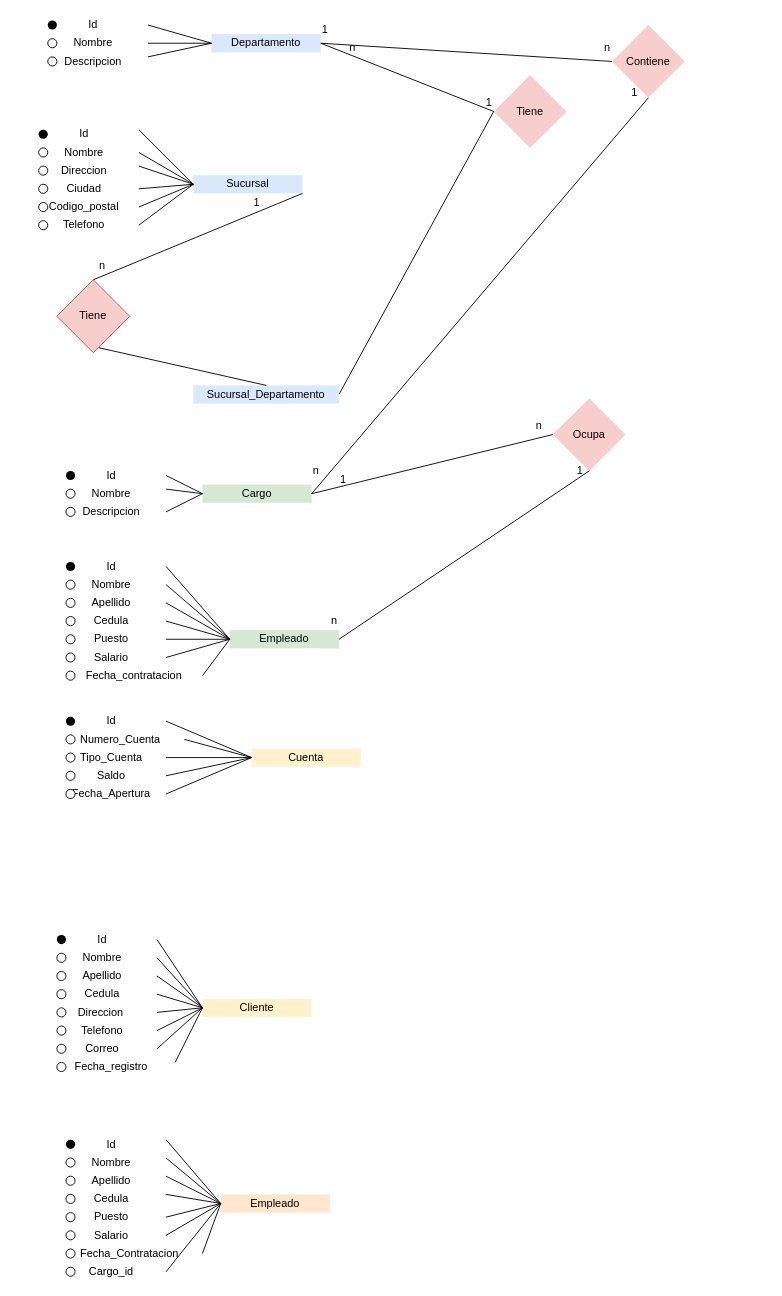
Earlier version of the draw.io diagram Diagrama sin título.drawio (Nico1091/Bases-de-datos). Source tidied: cells renumbered, new cells numbered last; positions are measured from the earlier drawing's top-left corner, leaving out a move shared by most shapes. Both pictures are drawn from the tidied source at 91%, with x=0, y=0 at pixel (29, 15).
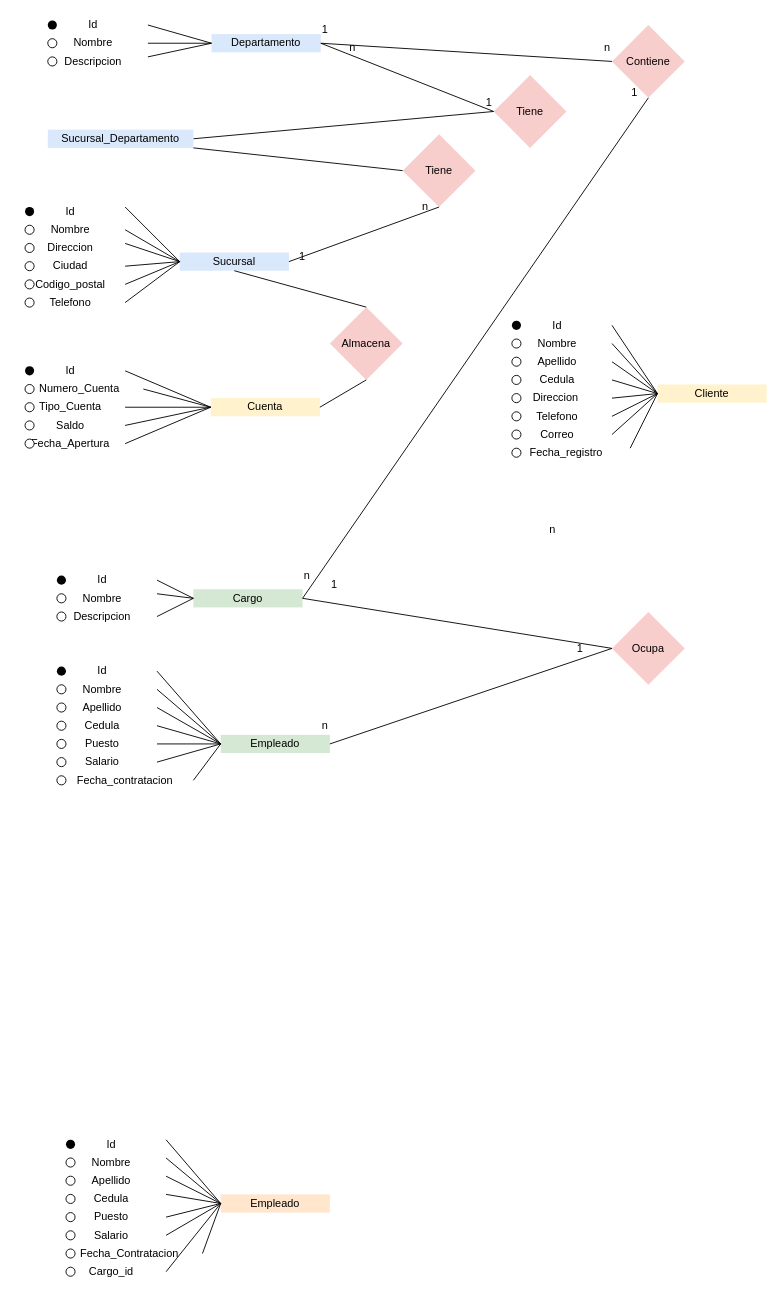
The same page after the edit.

Diff of the diagram source:
```diff
@@
     <mxCell id="2" value="Nombre" style="rounded=0;whiteSpace=wrap;html=1;strokeColor=none;fillColor=none;" parent="1" vertex="1">
-      <mxGeometry y="140" width="120" height="20" as="geometry" />
+      <mxGeometry x="-15" y="225" width="120" height="20" as="geometry" />
     </mxCell>
     <mxCell id="3" value="Id" style="rounded=0;whiteSpace=wrap;html=1;strokeColor=none;fillColor=none;" parent="1" vertex="1">
-      <mxGeometry y="120" width="120" height="20" as="geometry" />
+      <mxGeometry x="-15" y="205" width="120" height="20" as="geometry" />
     </mxCell>
     <mxCell id="4" value="Direccion" style="rounded=0;whiteSpace=wrap;html=1;strokeColor=none;fillColor=none;" parent="1" vertex="1">
-      <mxGeometry y="160" width="120" height="20" as="geometry" />
+      <mxGeometry x="-15" y="245" width="120" height="20" as="geometry" />
     </mxCell>
     <mxCell id="5" value="Ciudad" style="rounded=0;whiteSpace=wrap;html=1;strokeColor=none;fillColor=none;" parent="1" vertex="1">
-      <mxGeometry y="180" width="120" height="20" as="geometry" />
+      <mxGeometry x="-15" y="265" width="120" height="20" as="geometry" />
     </mxCell>
     <mxCell id="6" value="Codigo_postal" style="rounded=0;whiteSpace=wrap;html=1;strokeColor=none;fillColor=none;" parent="1" vertex="1">
-      <mxGeometry y="200" width="120" height="20" as="geometry" />
+      <mxGeometry x="-15" y="285" width="120" height="20" as="geometry" />
     </mxCell>
     <mxCell id="7" value="Telefono" style="rounded=0;whiteSpace=wrap;html=1;strokeColor=none;fillColor=none;" parent="1" vertex="1">
-      <mxGeometry y="220" width="120" height="20" as="geometry" />
+      <mxGeometry x="-15" y="305" width="120" height="20" as="geometry" />
     </mxCell>
     <mxCell id="8" value="Sucursal" style="rounded=0;whiteSpace=wrap;html=1;strokeColor=none;fillColor=#dae8fc;" parent="1" vertex="1">
-      <mxGeometry x="180" y="175" width="120" height="20" as="geometry" />
+      <mxGeometry x="165" y="260" width="120" height="20" as="geometry" />
     </mxCell>
     <mxCell id="9" style="ellipse;whiteSpace=wrap;html=1;fillColor=#000000;strokeColor=none;" parent="1" vertex="1">
-      <mxGeometry x="10" y="125" width="10" height="10" as="geometry" />
+      <mxGeometry x="-5" y="210" width="10" height="10" as="geometry" />
     </mxCell>
     <mxCell id="10" style="ellipse;whiteSpace=wrap;html=1;" parent="1" vertex="1">
-      <mxGeometry x="10" y="145" width="10" height="10" as="geometry" />
+      <mxGeometry x="-5" y="230" width="10" height="10" as="geometry" />
     </mxCell>
     <mxCell id="11" style="ellipse;whiteSpace=wrap;html=1;" parent="1" vertex="1">
-      <mxGeometry x="10" y="165" width="10" height="10" as="geometry" />
+      <mxGeometry x="-5" y="250" width="10" height="10" as="geometry" />
     </mxCell>
     <mxCell id="12" style="ellipse;whiteSpace=wrap;html=1;" parent="1" vertex="1">
-      <mxGeometry x="10" y="185" width="10" height="10" as="geometry" />
+      <mxGeometry x="-5" y="270" width="10" height="10" as="geometry" />
     </mxCell>
     <mxCell id="13" style="ellipse;whiteSpace=wrap;html=1;" parent="1" vertex="1">
-      <mxGeometry x="10" y="205" width="10" height="10" as="geometry" />
+      <mxGeometry x="-5" y="290" width="10" height="10" as="geometry" />
     </mxCell>
     <mxCell id="14" style="ellipse;whiteSpace=wrap;html=1;" parent="1" vertex="1">
-      <mxGeometry x="10" y="225" width="10" height="10" as="geometry" />
+      <mxGeometry x="-5" y="310" width="10" height="10" as="geometry" />
     </mxCell>
@@
     <mxCell id="31" value="Nombre" style="rounded=0;whiteSpace=wrap;html=1;strokeColor=none;fillColor=none;" parent="1" vertex="1">
-      <mxGeometry x="30" y="515" width="120" height="20" as="geometry" />
+      <mxGeometry x="20" y="630" width="120" height="20" as="geometry" />
     </mxCell>
     <mxCell id="32" value="Id" style="rounded=0;whiteSpace=wrap;html=1;strokeColor=none;fillColor=none;" parent="1" vertex="1">
-      <mxGeometry x="30" y="495" width="120" height="20" as="geometry" />
+      <mxGeometry x="20" y="610" width="120" height="20" as="geometry" />
     </mxCell>
     <mxCell id="33" value="Descripcion" style="rounded=0;whiteSpace=wrap;html=1;strokeColor=none;fillColor=none;" parent="1" vertex="1">
-      <mxGeometry x="30" y="535" width="120" height="20" as="geometry" />
+      <mxGeometry x="20" y="650" width="120" height="20" as="geometry" />
     </mxCell>
     <mxCell id="34" style="ellipse;whiteSpace=wrap;html=1;fillColor=#030303;strokeColor=none;" parent="1" vertex="1">
-      <mxGeometry x="40" y="500" width="10" height="10" as="geometry" />
+      <mxGeometry x="30" y="615" width="10" height="10" as="geometry" />
     </mxCell>
     <mxCell id="35" style="ellipse;whiteSpace=wrap;html=1;" parent="1" vertex="1">
-      <mxGeometry x="40" y="520" width="10" height="10" as="geometry" />
+      <mxGeometry x="30" y="635" width="10" height="10" as="geometry" />
     </mxCell>
     <mxCell id="36" style="ellipse;whiteSpace=wrap;html=1;" parent="1" vertex="1">
-      <mxGeometry x="40" y="540" width="10" height="10" as="geometry" />
+      <mxGeometry x="30" y="655" width="10" height="10" as="geometry" />
     </mxCell>
     <mxCell id="37" value="Cargo" style="rounded=0;whiteSpace=wrap;html=1;strokeColor=none;fillColor=#d5e8d4;" parent="1" vertex="1">
-      <mxGeometry x="190" y="515" width="120" height="20" as="geometry" />
+      <mxGeometry x="180" y="630" width="120" height="20" as="geometry" />
     </mxCell>
@@
     <mxCell id="41" value="Id" style="rounded=0;whiteSpace=wrap;html=1;strokeColor=none;fillColor=none;" parent="1" vertex="1">
-      <mxGeometry x="30" y="595" width="120" height="20" as="geometry" />
+      <mxGeometry x="20" y="710" width="120" height="20" as="geometry" />
     </mxCell>
     <mxCell id="42" style="ellipse;whiteSpace=wrap;html=1;fillColor=#030303;strokeColor=none;" parent="1" vertex="1">
-      <mxGeometry x="40" y="600" width="10" height="10" as="geometry" />
+      <mxGeometry x="30" y="715" width="10" height="10" as="geometry" />
     </mxCell>
     <mxCell id="43" value="Nombre" style="rounded=0;whiteSpace=wrap;html=1;strokeColor=none;fillColor=none;" parent="1" vertex="1">
-      <mxGeometry x="30" y="615" width="120" height="20" as="geometry" />
+      <mxGeometry x="20" y="730" width="120" height="20" as="geometry" />
     </mxCell>
     <mxCell id="44" value="Apellido" style="rounded=0;whiteSpace=wrap;html=1;strokeColor=none;fillColor=none;" parent="1" vertex="1">
-      <mxGeometry x="30" y="635" width="120" height="20" as="geometry" />
+      <mxGeometry x="20" y="750" width="120" height="20" as="geometry" />
     </mxCell>
     <mxCell id="45" value="Cedula" style="rounded=0;whiteSpace=wrap;html=1;strokeColor=none;fillColor=none;" parent="1" vertex="1">
-      <mxGeometry x="30" y="655" width="120" height="20" as="geometry" />
+      <mxGeometry x="20" y="770" width="120" height="20" as="geometry" />
     </mxCell>
     <mxCell id="46" value="Puesto" style="rounded=0;whiteSpace=wrap;html=1;strokeColor=none;fillColor=none;" parent="1" vertex="1">
-      <mxGeometry x="30" y="675" width="120" height="20" as="geometry" />
+      <mxGeometry x="20" y="790" width="120" height="20" as="geometry" />
     </mxCell>
     <mxCell id="47" value="Salario" style="rounded=0;whiteSpace=wrap;html=1;strokeColor=none;fillColor=none;" parent="1" vertex="1">
-      <mxGeometry x="30" y="695" width="120" height="20" as="geometry" />
+      <mxGeometry x="20" y="810" width="120" height="20" as="geometry" />
     </mxCell>
     <mxCell id="48" value="&amp;nbsp; &amp;nbsp;Fecha_contratacion" style="rounded=0;whiteSpace=wrap;html=1;strokeColor=none;fillColor=none;" parent="1" vertex="1">
-      <mxGeometry x="30" y="715" width="160" height="20" as="geometry" />
+      <mxGeometry x="20" y="830" width="160" height="20" as="geometry" />
     </mxCell>
     <mxCell id="49" value="Empleado" style="rounded=0;whiteSpace=wrap;html=1;strokeColor=none;fillColor=#d5e8d4;" parent="1" vertex="1">
-      <mxGeometry x="220" y="675" width="120" height="20" as="geometry" />
+      <mxGeometry x="210" y="790" width="120" height="20" as="geometry" />
     </mxCell>
@@
     <mxCell id="57" value="Id" style="rounded=0;whiteSpace=wrap;html=1;strokeColor=none;fillColor=none;" parent="1" vertex="1">
-      <mxGeometry x="20" y="1005" width="120" height="20" as="geometry" />
+      <mxGeometry x="520" y="330" width="120" height="20" as="geometry" />
     </mxCell>
     <mxCell id="58" style="ellipse;whiteSpace=wrap;html=1;fillColor=#030303;strokeColor=none;" parent="1" vertex="1">
-      <mxGeometry x="30" y="1010" width="10" height="10" as="geometry" />
+      <mxGeometry x="530" y="335" width="10" height="10" as="geometry" />
     </mxCell>
     <mxCell id="59" value="Nombre" style="rounded=0;whiteSpace=wrap;html=1;strokeColor=none;fillColor=none;" parent="1" vertex="1">
-      <mxGeometry x="20" y="1025" width="120" height="20" as="geometry" />
+      <mxGeometry x="520" y="350" width="120" height="20" as="geometry" />
     </mxCell>
     <mxCell id="60" value="Apellido" style="rounded=0;whiteSpace=wrap;html=1;strokeColor=none;fillColor=none;" parent="1" vertex="1">
-      <mxGeometry x="20" y="1045" width="120" height="20" as="geometry" />
+      <mxGeometry x="520" y="370" width="120" height="20" as="geometry" />
     </mxCell>
     <mxCell id="61" value="Cedula" style="rounded=0;whiteSpace=wrap;html=1;strokeColor=none;fillColor=none;" parent="1" vertex="1">
-      <mxGeometry x="20" y="1065" width="120" height="20" as="geometry" />
+      <mxGeometry x="520" y="390" width="120" height="20" as="geometry" />
     </mxCell>
     <mxCell id="62" value="Direccion&amp;nbsp;" style="rounded=0;whiteSpace=wrap;html=1;strokeColor=none;fillColor=none;" parent="1" vertex="1">
-      <mxGeometry x="20" y="1085" width="120" height="20" as="geometry" />
+      <mxGeometry x="520" y="410" width="120" height="20" as="geometry" />
     </mxCell>
     <mxCell id="63" value="Telefono" style="rounded=0;whiteSpace=wrap;html=1;strokeColor=none;fillColor=none;" parent="1" vertex="1">
-      <mxGeometry x="20" y="1105" width="120" height="20" as="geometry" />
+      <mxGeometry x="520" y="430" width="120" height="20" as="geometry" />
     </mxCell>
     <mxCell id="64" value="Correo" style="rounded=0;whiteSpace=wrap;html=1;strokeColor=none;fillColor=none;" parent="1" vertex="1">
-      <mxGeometry x="20" y="1125" width="120" height="20" as="geometry" />
+      <mxGeometry x="520" y="450" width="120" height="20" as="geometry" />
     </mxCell>
     <mxCell id="65" value="Fecha_registro" style="rounded=0;whiteSpace=wrap;html=1;strokeColor=none;fillColor=none;" parent="1" vertex="1">
-      <mxGeometry x="20" y="1145" width="140" height="20" as="geometry" />
+      <mxGeometry x="520" y="470" width="140" height="20" as="geometry" />
     </mxCell>
     <mxCell id="66" value="Cliente" style="rounded=0;whiteSpace=wrap;html=1;strokeColor=none;fillColor=#fff2cc;" parent="1" vertex="1">
-      <mxGeometry x="190" y="1080" width="120" height="20" as="geometry" />
+      <mxGeometry x="690" y="405" width="120" height="20" as="geometry" />
     </mxCell>
@@
     <mxCell id="75" value="Id" style="rounded=0;whiteSpace=wrap;html=1;strokeColor=none;fillColor=none;" parent="1" vertex="1">
-      <mxGeometry x="30" y="765" width="120" height="20" as="geometry" />
+      <mxGeometry x="-15" y="380" width="120" height="20" as="geometry" />
     </mxCell>
     <mxCell id="76" style="ellipse;whiteSpace=wrap;html=1;fillColor=#030303;strokeColor=none;" parent="1" vertex="1">
-      <mxGeometry x="40" y="770" width="10" height="10" as="geometry" />
+      <mxGeometry x="-5" y="385" width="10" height="10" as="geometry" />
     </mxCell>
     <mxCell id="77" value="Numero_Cuenta" style="rounded=0;whiteSpace=wrap;html=1;strokeColor=none;fillColor=none;" parent="1" vertex="1">
-      <mxGeometry x="30" y="785" width="140" height="20" as="geometry" />
+      <mxGeometry x="-15" y="400" width="140" height="20" as="geometry" />
     </mxCell>
     <mxCell id="78" value="Tipo_Cuenta" style="rounded=0;whiteSpace=wrap;html=1;strokeColor=none;fillColor=none;" parent="1" vertex="1">
-      <mxGeometry x="30" y="805" width="120" height="20" as="geometry" />
+      <mxGeometry x="-15" y="420" width="120" height="20" as="geometry" />
     </mxCell>
     <mxCell id="79" value="Saldo" style="rounded=0;whiteSpace=wrap;html=1;strokeColor=none;fillColor=none;" parent="1" vertex="1">
-      <mxGeometry x="30" y="825" width="120" height="20" as="geometry" />
+      <mxGeometry x="-15" y="440" width="120" height="20" as="geometry" />
     </mxCell>
     <mxCell id="80" value="Fecha_Apertura" style="rounded=0;whiteSpace=wrap;html=1;strokeColor=none;fillColor=none;" parent="1" vertex="1">
-      <mxGeometry x="30" y="845" width="120" height="20" as="geometry" />
+      <mxGeometry x="-15" y="460" width="120" height="20" as="geometry" />
     </mxCell>
     <mxCell id="81" value="Cuenta" style="rounded=0;whiteSpace=wrap;html=1;strokeColor=none;fillColor=#fff2cc;" parent="1" vertex="1">
-      <mxGeometry x="244" y="805" width="120" height="20" as="geometry" />
+      <mxGeometry x="199" y="420" width="120" height="20" as="geometry" />
     </mxCell>
@@
     <mxCell id="89" value="1" style="rounded=0;whiteSpace=wrap;html=1;strokeColor=none;fillColor=none;" parent="1" vertex="1">
-      <mxGeometry x="245" y="200" width="10" height="10" as="geometry" />
+      <mxGeometry x="295" y="260" width="10" height="10" as="geometry" />
     </mxCell>
     <mxCell id="90" value="n" style="rounded=0;whiteSpace=wrap;html=1;strokeColor=none;fillColor=none;" parent="1" vertex="1">
-      <mxGeometry x="330" y="660" width="10" height="10" as="geometry" />
+      <mxGeometry x="320" y="775" width="10" height="10" as="geometry" />
     </mxCell>
     <mxCell id="91" value="n" style="rounded=0;whiteSpace=wrap;html=1;strokeColor=none;fillColor=none;" parent="1" vertex="1">
-      <mxGeometry x="75" y="270" width="10" height="10" as="geometry" />
+      <mxGeometry x="430" y="205" width="10" height="10" as="geometry" />
     </mxCell>
@@
     <mxCell id="97" value="Ocupa" style="rhombus;whiteSpace=wrap;html=1;fillColor=#f8cecc;strokeColor=none;" parent="1" vertex="1">
-      <mxGeometry x="575" y="420" width="80" height="80" as="geometry" />
+      <mxGeometry x="640" y="655" width="80" height="80" as="geometry" />
     </mxCell>
@@
-    <mxCell id="99" style="endArrow=none;html=1;rounded=0;entryX=0.5;entryY=1;entryDx=0;entryDy=0;exitX=1;exitY=0.5;exitDx=0;exitDy=0;" parent="1" edge="1" source="49" target="97">
+    <mxCell id="99" style="endArrow=none;html=1;rounded=0;entryX=0;entryY=0.5;entryDx=0;entryDy=0;exitX=1;exitY=0.5;exitDx=0;exitDy=0;" parent="1" edge="1" source="49" target="97">
       <mxGeometry relative="1" as="geometry" />
     </mxCell>
     <mxCell id="100" value="n" style="rounded=0;whiteSpace=wrap;html=1;strokeColor=none;fillColor=none;" parent="1" vertex="1">
-      <mxGeometry x="310" y="495" width="10" height="10" as="geometry" />
+      <mxGeometry x="300" y="610" width="10" height="10" as="geometry" />
     </mxCell>
     <mxCell id="101" value="n" style="rounded=0;whiteSpace=wrap;html=1;strokeColor=none;fillColor=none;" parent="1" vertex="1">
-      <mxGeometry x="555" y="445" width="10" height="10" as="geometry" />
+      <mxGeometry x="570" y="560" width="10" height="10" as="geometry" />
     </mxCell>
     <mxCell id="102" value="1" style="rounded=0;whiteSpace=wrap;html=1;strokeColor=none;fillColor=none;" parent="1" vertex="1">
-      <mxGeometry x="600" y="495" width="10" height="10" as="geometry" />
+      <mxGeometry x="600" y="690" width="10" height="10" as="geometry" />
     </mxCell>
     <mxCell id="103" style="ellipse;whiteSpace=wrap;html=1;" parent="1" vertex="1">
-      <mxGeometry x="30" y="1030" width="10" height="10" as="geometry" />
+      <mxGeometry x="530" y="355" width="10" height="10" as="geometry" />
     </mxCell>
     <mxCell id="104" style="ellipse;whiteSpace=wrap;html=1;" parent="1" vertex="1">
-      <mxGeometry x="30" y="1050" width="10" height="10" as="geometry" />
+      <mxGeometry x="530" y="375" width="10" height="10" as="geometry" />
     </mxCell>
@@
     <mxCell id="109" value="1" style="rounded=0;whiteSpace=wrap;html=1;strokeColor=none;fillColor=none;" parent="1" vertex="1">
-      <mxGeometry x="340" y="505" width="10" height="10" as="geometry" />
+      <mxGeometry x="330" y="620" width="10" height="10" as="geometry" />
     </mxCell>
     <mxCell id="110" style="ellipse;whiteSpace=wrap;html=1;" parent="1" vertex="1">
-      <mxGeometry x="40" y="620" width="10" height="10" as="geometry" />
+      <mxGeometry x="30" y="735" width="10" height="10" as="geometry" />
     </mxCell>
     <mxCell id="111" style="ellipse;whiteSpace=wrap;html=1;" parent="1" vertex="1">
-      <mxGeometry x="40" y="640" width="10" height="10" as="geometry" />
+      <mxGeometry x="30" y="755" width="10" height="10" as="geometry" />
     </mxCell>
     <mxCell id="112" style="ellipse;whiteSpace=wrap;html=1;" parent="1" vertex="1">
-      <mxGeometry x="40" y="660" width="10" height="10" as="geometry" />
+      <mxGeometry x="30" y="775" width="10" height="10" as="geometry" />
     </mxCell>
     <mxCell id="113" style="ellipse;whiteSpace=wrap;html=1;" parent="1" vertex="1">
-      <mxGeometry x="40" y="680" width="10" height="10" as="geometry" />
+      <mxGeometry x="30" y="795" width="10" height="10" as="geometry" />
     </mxCell>
     <mxCell id="114" style="ellipse;whiteSpace=wrap;html=1;" parent="1" vertex="1">
-      <mxGeometry x="40" y="700" width="10" height="10" as="geometry" />
+      <mxGeometry x="30" y="815" width="10" height="10" as="geometry" />
     </mxCell>
     <mxCell id="115" style="ellipse;whiteSpace=wrap;html=1;" parent="1" vertex="1">
-      <mxGeometry x="40" y="720" width="10" height="10" as="geometry" />
+      <mxGeometry x="30" y="835" width="10" height="10" as="geometry" />
     </mxCell>
     <mxCell id="116" style="ellipse;whiteSpace=wrap;html=1;" parent="1" vertex="1">
-      <mxGeometry x="30" y="1070" width="10" height="10" as="geometry" />
+      <mxGeometry x="530" y="395" width="10" height="10" as="geometry" />
     </mxCell>
     <mxCell id="117" style="ellipse;whiteSpace=wrap;html=1;" parent="1" vertex="1">
-      <mxGeometry x="30" y="1090" width="10" height="10" as="geometry" />
+      <mxGeometry x="530" y="415" width="10" height="10" as="geometry" />
     </mxCell>
     <mxCell id="118" style="ellipse;whiteSpace=wrap;html=1;" parent="1" vertex="1">
-      <mxGeometry x="30" y="1110" width="10" height="10" as="geometry" />
+      <mxGeometry x="530" y="435" width="10" height="10" as="geometry" />
     </mxCell>
     <mxCell id="119" style="ellipse;whiteSpace=wrap;html=1;" parent="1" vertex="1">
-      <mxGeometry x="30" y="1130" width="10" height="10" as="geometry" />
+      <mxGeometry x="530" y="455" width="10" height="10" as="geometry" />
     </mxCell>
     <mxCell id="120" style="ellipse;whiteSpace=wrap;html=1;" parent="1" vertex="1">
-      <mxGeometry x="30" y="1150" width="10" height="10" as="geometry" />
+      <mxGeometry x="530" y="475" width="10" height="10" as="geometry" />
     </mxCell>
     <mxCell id="121" style="ellipse;whiteSpace=wrap;html=1;" parent="1" vertex="1">
-      <mxGeometry x="40" y="790" width="10" height="10" as="geometry" />
+      <mxGeometry x="-5" y="405" width="10" height="10" as="geometry" />
     </mxCell>
     <mxCell id="122" style="ellipse;whiteSpace=wrap;html=1;" parent="1" vertex="1">
-      <mxGeometry x="40" y="810" width="10" height="10" as="geometry" />
+      <mxGeometry x="-5" y="425" width="10" height="10" as="geometry" />
     </mxCell>
     <mxCell id="123" style="ellipse;whiteSpace=wrap;html=1;" parent="1" vertex="1">
-      <mxGeometry x="40" y="830" width="10" height="10" as="geometry" />
+      <mxGeometry x="-5" y="445" width="10" height="10" as="geometry" />
     </mxCell>
     <mxCell id="124" style="ellipse;whiteSpace=wrap;html=1;" parent="1" vertex="1">
-      <mxGeometry x="40" y="850" width="10" height="10" as="geometry" />
+      <mxGeometry x="-5" y="465" width="10" height="10" as="geometry" />
     </mxCell>
     <mxCell id="125" value="Sucursal_Departamento" style="rounded=0;whiteSpace=wrap;html=1;strokeColor=none;fillColor=#dae8fc;" parent="1" vertex="1">
-      <mxGeometry x="180" y="406" width="160" height="20" as="geometry" />
+      <mxGeometry x="20" y="125" width="160" height="20" as="geometry" />
     </mxCell>
-    <mxCell id="126" style="endArrow=none;html=1;rounded=0;exitX=0.5;exitY=0;exitDx=0;exitDy=0;entryX=0.533;entryY=0.923;entryDx=0;entryDy=0;entryPerimeter=0;" parent="1" edge="1" source="125" target="127">
+    <mxCell id="126" style="endArrow=none;html=1;rounded=0;exitX=1;exitY=1;exitDx=0;exitDy=0;entryX=0;entryY=0.5;entryDx=0;entryDy=0;" parent="1" edge="1" source="125" target="127">
       <mxGeometry relative="1" as="geometry" />
     </mxCell>
-    <mxCell id="127" value="Tiene" style="rhombus;whiteSpace=wrap;html=1;fillColor=#f8cecc;strokeColor=#b85450;" parent="1" vertex="1">
-      <mxGeometry x="30" y="290" width="80" height="80" as="geometry" />
+    <mxCell id="127" value="Tiene" style="rhombus;whiteSpace=wrap;html=1;fillColor=#f8cecc;strokeColor=none;" parent="1" vertex="1">
+      <mxGeometry x="410" y="130" width="80" height="80" as="geometry" />
     </mxCell>
-    <mxCell id="128" style="endArrow=none;html=1;rounded=0;exitX=1;exitY=1;exitDx=0;exitDy=0;entryX=0.5;entryY=0;entryDx=0;entryDy=0;" parent="1" edge="1" source="8" target="127">
+    <mxCell id="128" style="endArrow=none;html=1;rounded=0;exitX=1;exitY=0.5;exitDx=0;exitDy=0;entryX=0.5;entryY=1;entryDx=0;entryDy=0;" parent="1" edge="1" source="8" target="127">
       <mxGeometry relative="1" as="geometry" />
     </mxCell>
@@
+    <mxCell id="154" value="Almacena" style="rhombus;whiteSpace=wrap;html=1;fillColor=#f8cecc;strokeColor=none;" parent="1" vertex="1">
+      <mxGeometry x="330" y="320" width="80" height="80" as="geometry" />
+    </mxCell>
+    <mxCell id="155" style="endArrow=none;html=1;rounded=0;exitX=0.5;exitY=0;exitDx=0;exitDy=0;entryX=0.5;entryY=1;entryDx=0;entryDy=0;" parent="1" edge="1" source="154" target="8">
+      <mxGeometry relative="1" as="geometry" />
+    </mxCell>
+    <mxCell id="156" style="endArrow=none;html=1;rounded=0;entryX=0.5;entryY=1;entryDx=0;entryDy=0;exitX=1;exitY=0.5;exitDx=0;exitDy=0;" parent="1" edge="1" source="81" target="154">
+      <mxGeometry relative="1" as="geometry" />
+    </mxCell>
```
